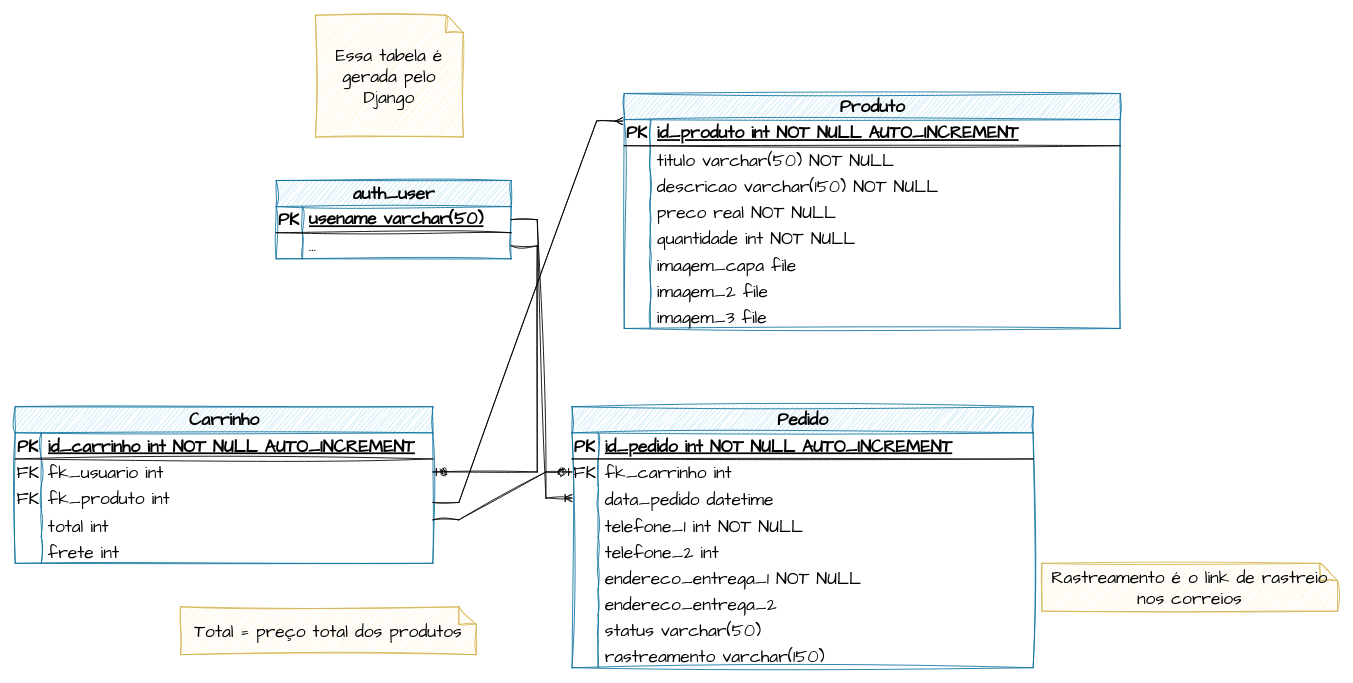
The draw.io diagram docs/DER.drawio in rafaelngoncalves5/classewatches, before the edit. Source tidied: cells renumbered, new cells numbered last; positions are measured from the earlier drawing's top-left corner, leaving out a move shared by most shapes. Both pictures are drawn from the tidied source at 87%, with x=0, y=0 at pixel (15, 15).
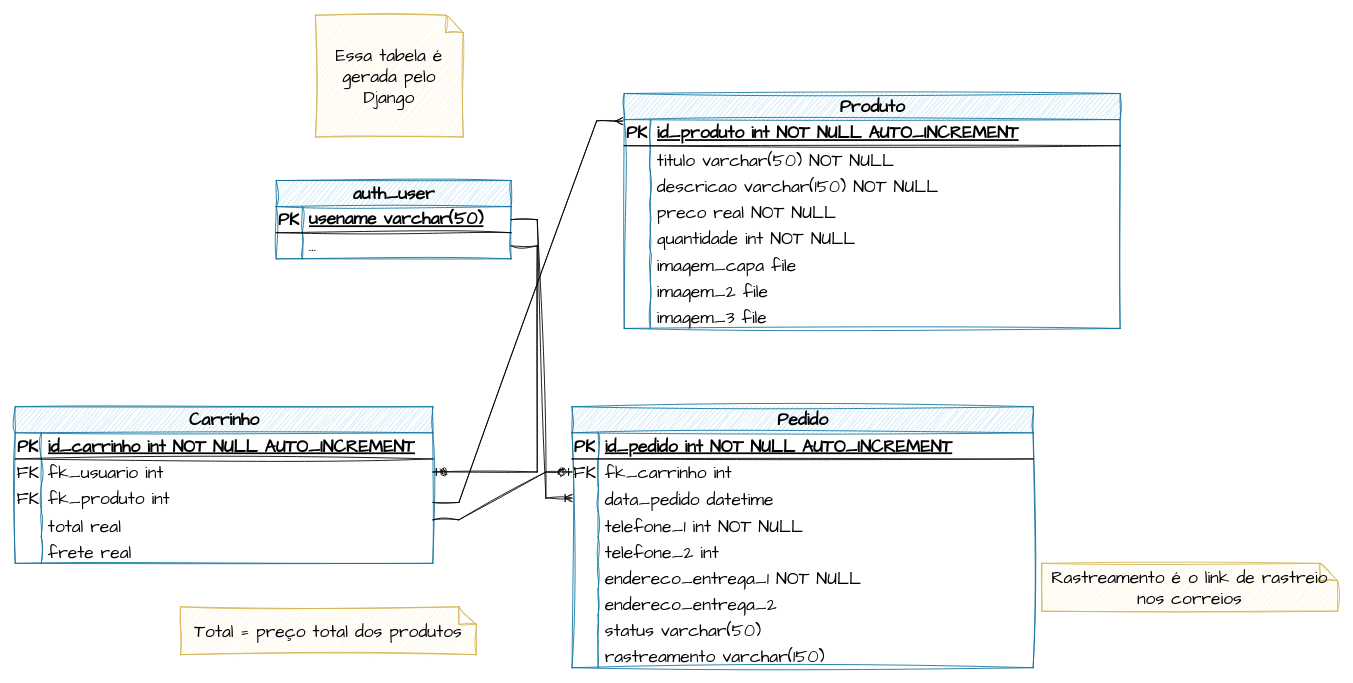
The same diagram, later.

Unchanged cells that the change refers to:
```xml
<mxCell id="75" style="shape=tableRow;horizontal=0;startSize=0;swimlaneHead=0;swimlaneBody=0;fillColor=none;top=0;left=0;right=0;bottom=0;sketch=1;hachureGap=4;jiggle=2;curveFitting=1;fontFamily=Architects Daughter;fontSize=20;" parent="65" vertex="1">
  <mxGeometry y="120" width="480" height="30" as="geometry" />
</mxCell>
<mxCell id="78" style="shape=tableRow;horizontal=0;startSize=0;swimlaneHead=0;swimlaneBody=0;fillColor=none;top=0;left=0;right=0;bottom=0;sketch=1;hachureGap=4;jiggle=2;curveFitting=1;fontFamily=Architects Daughter;fontSize=20;" parent="65" vertex="1">
  <mxGeometry y="150" width="480" height="30" as="geometry" />
</mxCell>
```

The edit, as a diff of the source:
```diff
@@
-    <mxCell id="77" value="total int" style="shape=partialRectangle;fillColor=none;top=0;left=0;bottom=0;right=0;align=left;spacingLeft=6;overflow=hidden;sketch=1;hachureGap=4;jiggle=2;curveFitting=1;fontFamily=Architects Daughter;fontSize=20;" parent="75" vertex="1">
+    <mxCell id="77" value="total real" style="shape=partialRectangle;fillColor=none;top=0;left=0;bottom=0;right=0;align=left;spacingLeft=6;overflow=hidden;sketch=1;hachureGap=4;jiggle=2;curveFitting=1;fontFamily=Architects Daughter;fontSize=20;" parent="75" vertex="1">
       <mxGeometry x="30" width="450" height="30" as="geometry" />
     </mxCell>
@@
-    <mxCell id="80" value="frete int" style="shape=partialRectangle;fillColor=none;top=0;left=0;bottom=0;right=0;align=left;spacingLeft=6;overflow=hidden;sketch=1;hachureGap=4;jiggle=2;curveFitting=1;fontFamily=Architects Daughter;fontSize=20;" parent="78" vertex="1">
+    <mxCell id="80" value="frete real" style="shape=partialRectangle;fillColor=none;top=0;left=0;bottom=0;right=0;align=left;spacingLeft=6;overflow=hidden;sketch=1;hachureGap=4;jiggle=2;curveFitting=1;fontFamily=Architects Daughter;fontSize=20;" parent="78" vertex="1">
       <mxGeometry x="30" width="450" height="30" as="geometry" />
     </mxCell>
```
